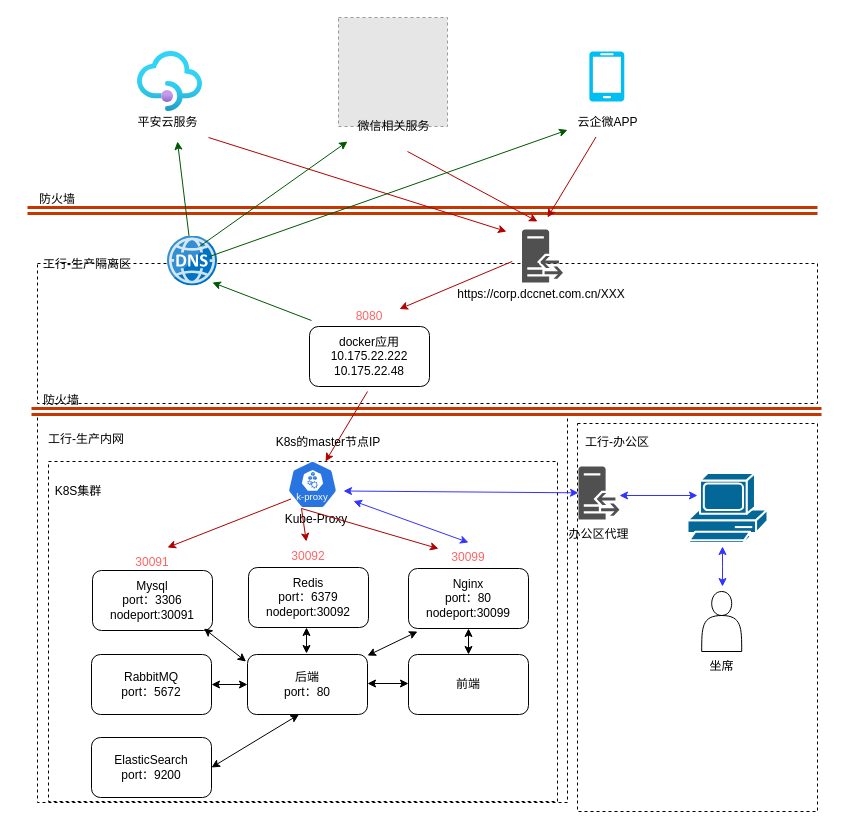
csmiao168/go_study keeps this draw.io diagram as module8/工行.drawio. Above is the earlier version. Source tidied: cells renumbered, new cells numbered last; positions are measured from the earlier drawing's top-left corner, leaving out a move shared by most shapes. Both pictures are drawn from the tidied source at 100%, with x=0, y=0 at pixel (17, 17). Pictures stored in the file or linked from it are replaced by grey dashed boxes.
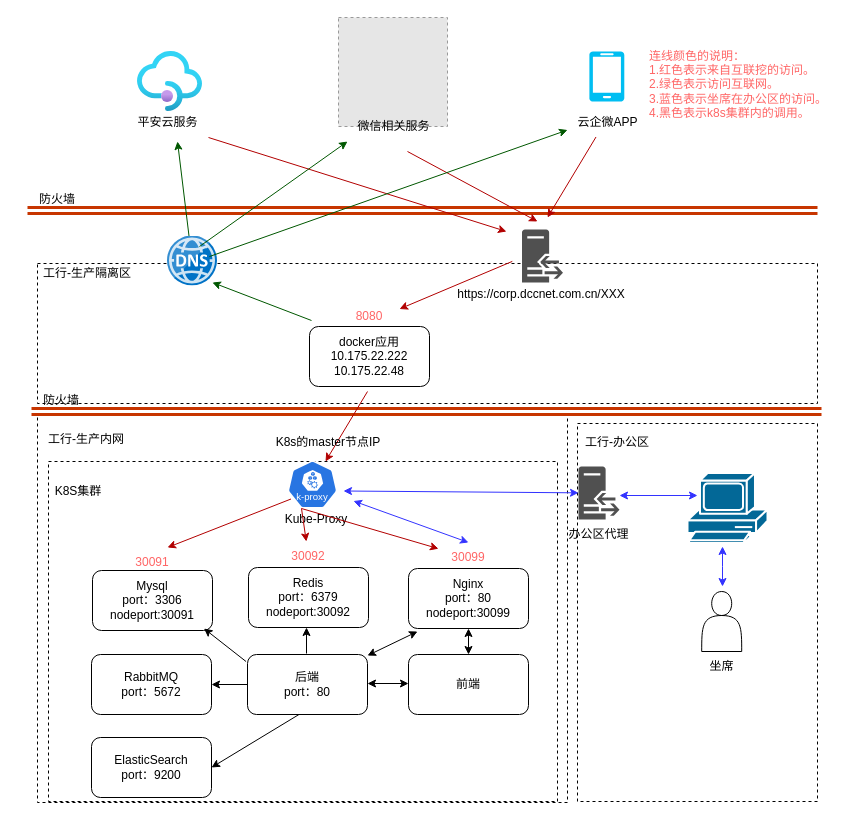
The same page after the edit.

Unchanged cells that the change refers to:
```xml
<mxCell id="10" value="&lt;div&gt;&lt;span style=&quot;background-color: initial;&quot;&gt;RabbitMQ&lt;/span&gt;&lt;/div&gt;&lt;div&gt;&lt;span style=&quot;background-color: initial;&quot;&gt;port：5672&lt;/span&gt;&lt;/div&gt;" style="rounded=1;whiteSpace=wrap;html=1;" parent="1" vertex="1">
  <mxGeometry x="74" y="637" width="120" height="60" as="geometry" />
</mxCell>
<mxCell id="11" value="&lt;div&gt;ElasticSearch&lt;/div&gt;&lt;div&gt;&lt;span style=&quot;background-color: initial;&quot;&gt;port：9200&lt;/span&gt;&lt;/div&gt;" style="rounded=1;whiteSpace=wrap;html=1;" parent="1" vertex="1">
  <mxGeometry x="74" y="720" width="120" height="60" as="geometry" />
</mxCell>
<mxCell id="12" value="&lt;div&gt;后端&lt;/div&gt;&lt;div&gt;port：80&lt;/div&gt;" style="rounded=1;whiteSpace=wrap;html=1;" parent="1" vertex="1">
  <mxGeometry x="230" y="637" width="120" height="60" as="geometry" />
</mxCell>
<mxCell id="30" value="&lt;div&gt;Mysql&lt;/div&gt;&lt;div&gt;port：3306&lt;/div&gt;&lt;div&gt;nodeport:30091&lt;/div&gt;" style="rounded=1;whiteSpace=wrap;html=1;" parent="29" vertex="1">
  <mxGeometry y="23" width="120" height="60" as="geometry" />
</mxCell>
```

Diff of the diagram source:
```diff
@@
     <mxCell id="6" value="工行-生产隔离区" style="text;html=1;align=center;verticalAlign=middle;whiteSpace=wrap;rounded=0;" parent="1" vertex="1">
-      <mxGeometry x="20" y="232" width="100" height="30" as="geometry" />
+      <mxGeometry x="20" y="241" width="100" height="30" as="geometry" />
     </mxCell>
     <mxCell id="7" style="rounded=0;whiteSpace=wrap;html=1;fillColor=none;dashed=1;" parent="1" vertex="1">
-      <mxGeometry x="560" y="406" width="240" height="388" as="geometry" />
+      <mxGeometry x="560" y="406" width="240" height="378" as="geometry" />
     </mxCell>
@@
-    <mxCell id="73" style="edgeStyle=orthogonalEdgeStyle;rounded=0;orthogonalLoop=1;jettySize=auto;html=1;startArrow=classic;startFill=1;" parent="1" edge="1">
+    <mxCell id="73" style="edgeStyle=orthogonalEdgeStyle;rounded=0;orthogonalLoop=1;jettySize=auto;html=1;startArrow=classic;startFill=1;endArrow=none;endFill=0;" parent="1" edge="1">
       <mxGeometry relative="1" as="geometry">
         <mxPoint x="289" y="610" as="sourcePoint" />
         <mxPoint x="289" y="636" as="targetPoint" />
       </mxGeometry>
     </mxCell>
-    <mxCell id="74" style="endArrow=classic;startArrow=classic;html=1;rounded=0;entryX=0.929;entryY=0.967;entryDx=0;entryDy=0;entryPerimeter=0;exitX=-0.012;exitY=0.117;exitDx=0;exitDy=0;exitPerimeter=0;" parent="1" edge="1" source="12" target="30">
+    <mxCell id="74" style="endArrow=classic;startArrow=none;html=1;rounded=0;entryX=0.929;entryY=0.967;entryDx=0;entryDy=0;entryPerimeter=0;exitX=-0.012;exitY=0.117;exitDx=0;exitDy=0;exitPerimeter=0;startFill=0;" parent="1" edge="1" source="12" target="30">
       <mxGeometry relative="1" as="geometry" />
     </mxCell>
@@
-    <mxCell id="76" style="endArrow=classic;startArrow=classic;html=1;rounded=0;exitX=1;exitY=0.5;exitDx=0;exitDy=0;entryX=0;entryY=0.5;entryDx=0;entryDy=0;" parent="1" edge="1" source="10" target="12">
+    <mxCell id="76" style="endArrow=none;startArrow=classic;html=1;rounded=0;exitX=1;exitY=0.5;exitDx=0;exitDy=0;entryX=0;entryY=0.5;entryDx=0;entryDy=0;endFill=0;" parent="1" edge="1" source="10" target="12">
       <mxGeometry relative="1" as="geometry" />
     </mxCell>
-    <mxCell id="77" style="endArrow=classic;startArrow=classic;html=1;rounded=0;entryX=0.429;entryY=1;entryDx=0;entryDy=0;entryPerimeter=0;exitX=1;exitY=0.5;exitDx=0;exitDy=0;" parent="1" edge="1" source="11" target="12">
+    <mxCell id="77" style="endArrow=none;startArrow=classic;html=1;rounded=0;entryX=0.429;entryY=1;entryDx=0;entryDy=0;entryPerimeter=0;exitX=1;exitY=0.5;exitDx=0;exitDy=0;endFill=0;" parent="1" edge="1" source="11" target="12">
       <mxGeometry relative="1" as="geometry" />
     </mxCell>
@@
+    <mxCell id="79" value="连线颜色的说明：&lt;div&gt;1.红色表示来自互联挖的访问。&lt;/div&gt;&lt;div style=&quot;&quot;&gt;2.绿色表示访问互联网。&lt;/div&gt;&lt;div style=&quot;&quot;&gt;3.蓝色表示坐席在办公区的访问。&lt;/div&gt;&lt;div style=&quot;&quot;&gt;4.黑色表示k8s集群内的调用。&lt;/div&gt;" style="text;html=1;align=left;verticalAlign=middle;whiteSpace=wrap;rounded=0;fontColor=#FF6666;" parent="1" vertex="1">
+      <mxGeometry x="630" y="30" width="181" height="74" as="geometry" />
+    </mxCell>
```
